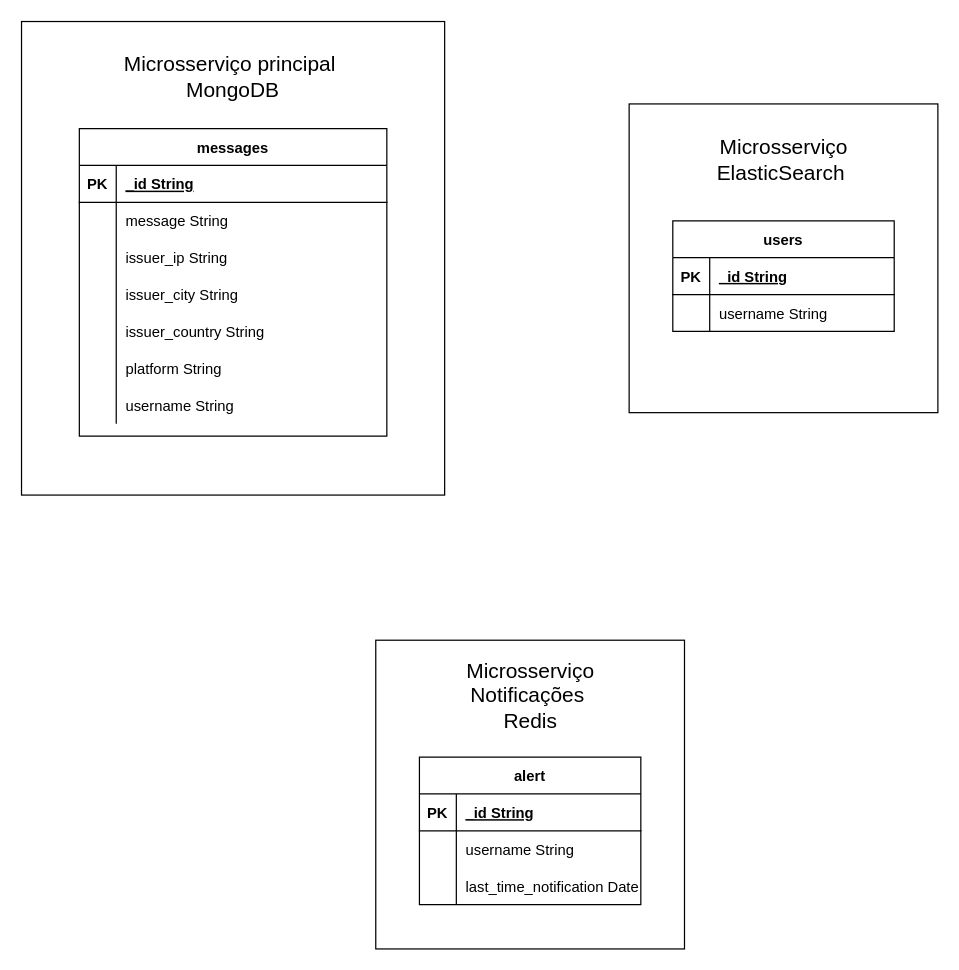
The draw.io diagram docs/TCC - Modelo Entidade Relacionamento.drawio in dougpessoa/tcc, before the edit. Source tidied: cells renumbered, new cells numbered last; positions are measured from the earlier drawing's top-left corner, leaving out a move shared by most shapes. Both pictures are drawn from the tidied source at 123%, with x=0, y=0 at pixel (21, 21).
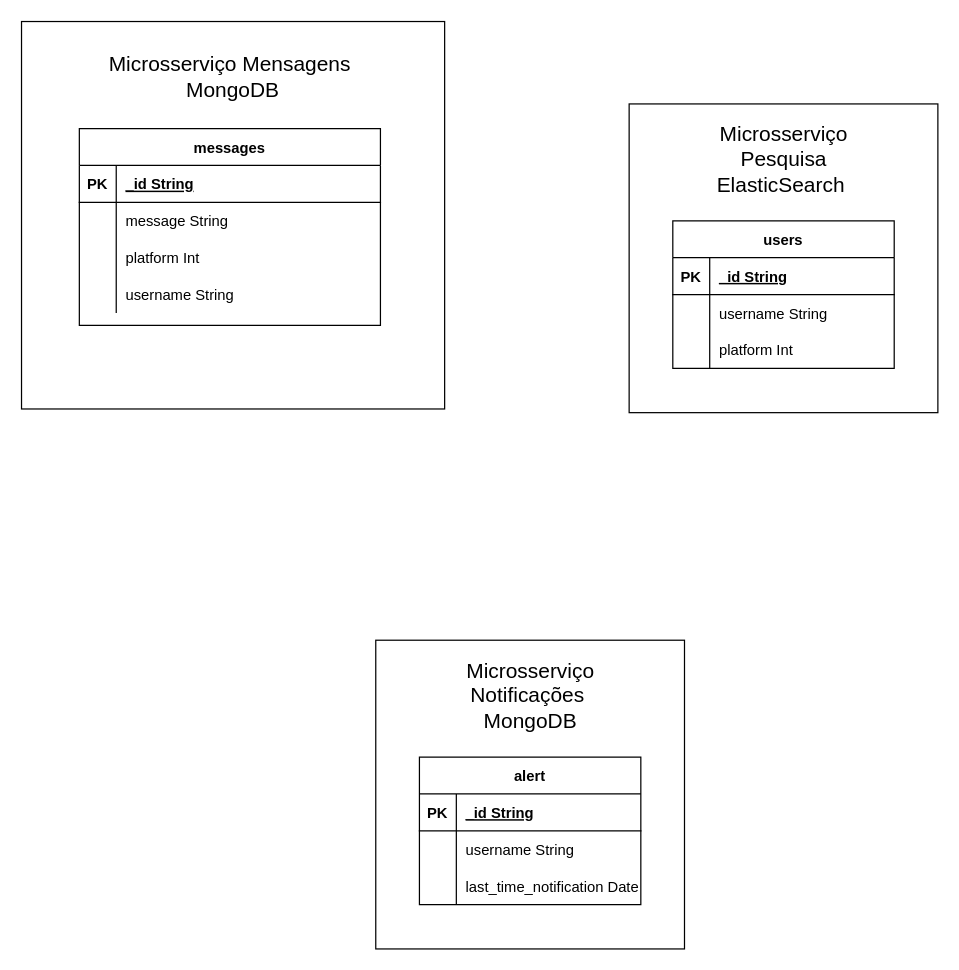
Above is the later version.

What changed in the source:
```diff
@@
     <mxCell id="3" style="rounded=0;whiteSpace=wrap;html=1;" parent="1" vertex="1">
-      <mxGeometry width="344" height="385" as="geometry" />
+      <mxGeometry width="344" height="315" as="geometry" />
     </mxCell>
     <mxCell id="4" value="messages" style="shape=table;startSize=30;childLayout=tableLayout;rowLines=0;fontStyle=1;align=center;" parent="1" vertex="1">
-      <mxGeometry x="47" y="87" width="250" height="250" as="geometry" />
+      <mxGeometry x="47" y="87" width="244.8" height="160" as="geometry" />
     </mxCell>
     <mxCell id="5" style="shape=partialRectangle;fillColor=none;top=0;left=0;right=0;bottom=1;" parent="4" vertex="1">
-      <mxGeometry y="30" width="250" height="30" as="geometry" />
+      <mxGeometry y="30" width="244.8" height="30" as="geometry" />
     </mxCell>
@@
     <mxCell id="7" value="_id String" style="shape=partialRectangle;overflow=hidden;fillColor=none;top=0;left=0;bottom=0;right=0;align=left;spacingLeft=6;fontStyle=5;" parent="5" vertex="1">
-      <mxGeometry x="30" width="220" height="30" as="geometry" />
+      <mxGeometry x="30" width="214.8" height="30" as="geometry" />
     </mxCell>
     <mxCell id="8" style="shape=partialRectangle;fillColor=none;top=0;left=0;right=0;bottom=0;" parent="4" vertex="1">
-      <mxGeometry y="60" width="250" height="30" as="geometry" />
+      <mxGeometry y="60" width="244.8" height="30" as="geometry" />
     </mxCell>
@@
     <mxCell id="10" value="message String" style="shape=partialRectangle;overflow=hidden;fillColor=none;top=0;left=0;bottom=0;right=0;align=left;spacingLeft=6;" parent="8" vertex="1">
-      <mxGeometry x="30" width="220" height="30" as="geometry" />
+      <mxGeometry x="30" width="214.8" height="30" as="geometry" />
     </mxCell>
-    <mxCell id="11" style="shape=partialRectangle;fillColor=none;top=0;left=0;bottom=0;right=0;" parent="4" vertex="1">
-      <mxGeometry y="90" width="250" height="30" as="geometry" />
-    </mxCell>
-    <mxCell id="12" style="shape=partialRectangle;fillColor=none;top=0;left=0;bottom=0;right=0;fontStyle=0;overflow=hidden;" parent="11" vertex="1">
-      <mxGeometry width="30" height="30" as="geometry" />
-    </mxCell>
-    <mxCell id="13" value="issuer_ip String" style="shape=partialRectangle;fillColor=none;top=0;left=0;bottom=0;right=0;align=left;spacingLeft=6;fontStyle=0;overflow=hidden;" parent="11" vertex="1">
-      <mxGeometry x="30" width="220" height="30" as="geometry" />
-    </mxCell>
-    <mxCell id="14" style="shape=partialRectangle;fillColor=none;top=0;left=0;bottom=0;right=0;" parent="4" vertex="1">
-      <mxGeometry y="120" width="250" height="30" as="geometry" />
-    </mxCell>
-    <mxCell id="15" style="shape=partialRectangle;fillColor=none;top=0;left=0;bottom=0;right=0;overflow=hidden;" parent="14" vertex="1">
-      <mxGeometry width="30" height="30" as="geometry" />
-    </mxCell>
-    <mxCell id="16" value="issuer_city String" style="shape=partialRectangle;fillColor=none;top=0;left=0;bottom=0;right=0;align=left;spacingLeft=6;overflow=hidden;" parent="14" vertex="1">
-      <mxGeometry x="30" width="220" height="30" as="geometry" />
-    </mxCell>
-    <mxCell id="17" style="shape=partialRectangle;fillColor=none;top=0;left=0;bottom=0;right=0;" parent="4" vertex="1">
-      <mxGeometry y="150" width="250" height="30" as="geometry" />
-    </mxCell>
-    <mxCell id="18" style="shape=partialRectangle;fillColor=none;top=0;left=0;bottom=0;right=0;overflow=hidden;" parent="17" vertex="1">
-      <mxGeometry width="30" height="30" as="geometry" />
-    </mxCell>
-    <mxCell id="19" value="issuer_country String" style="shape=partialRectangle;fillColor=none;top=0;left=0;bottom=0;right=0;align=left;spacingLeft=6;overflow=hidden;" parent="17" vertex="1">
-      <mxGeometry x="30" width="220" height="30" as="geometry" />
-    </mxCell>
     <mxCell id="20" style="shape=partialRectangle;fillColor=none;top=0;left=0;bottom=0;right=0;" parent="4" vertex="1">
-      <mxGeometry y="180" width="250" height="30" as="geometry" />
+      <mxGeometry y="90" width="244.8" height="30" as="geometry" />
     </mxCell>
@@
-    <mxCell id="22" value="platform String" style="shape=partialRectangle;fillColor=none;top=0;left=0;bottom=0;right=0;align=left;spacingLeft=6;overflow=hidden;" parent="20" vertex="1">
-      <mxGeometry x="30" width="220" height="30" as="geometry" />
+    <mxCell id="22" value="platform Int" style="shape=partialRectangle;fillColor=none;top=0;left=0;bottom=0;right=0;align=left;spacingLeft=6;overflow=hidden;" parent="20" vertex="1">
+      <mxGeometry x="30" width="214.8" height="30" as="geometry" />
     </mxCell>
     <mxCell id="23" style="shape=partialRectangle;fillColor=none;top=0;left=0;bottom=0;right=0;" parent="4" vertex="1">
-      <mxGeometry y="210" width="250" height="30" as="geometry" />
+      <mxGeometry y="120" width="244.8" height="30" as="geometry" />
     </mxCell>
@@
     <mxCell id="25" value="username String" style="shape=partialRectangle;fillColor=none;top=0;left=0;bottom=0;right=0;align=left;spacingLeft=6;overflow=hidden;" parent="23" vertex="1">
-      <mxGeometry x="30" width="220" height="30" as="geometry" />
+      <mxGeometry x="30" width="214.8" height="30" as="geometry" />
     </mxCell>
     <mxCell id="26" value="users" style="shape=table;startSize=30;childLayout=tableLayout;rowLines=0;fontStyle=1;align=center;" parent="1" vertex="1">
-      <mxGeometry x="529.5" y="162" width="180" height="90" as="geometry" />
+      <mxGeometry x="529.5" y="162" width="180" height="120" as="geometry" />
     </mxCell>
@@
+    <mxCell id="47" style="shape=partialRectangle;fillColor=none;top=0;left=0;bottom=0;right=0;" parent="26" vertex="1">
+      <mxGeometry y="90" width="180" height="30" as="geometry" />
+    </mxCell>
+    <mxCell id="48" style="shape=partialRectangle;fillColor=none;top=0;left=0;bottom=0;right=0;overflow=hidden;" parent="47" vertex="1">
+      <mxGeometry width="30" height="30" as="geometry" />
+    </mxCell>
+    <mxCell id="49" value="platform Int" style="shape=partialRectangle;fillColor=none;top=0;left=0;bottom=0;right=0;align=left;spacingLeft=6;overflow=hidden;" parent="47" vertex="1">
+      <mxGeometry x="30" width="150" height="30" as="geometry" />
+    </mxCell>
-    <mxCell id="33" value="Microsserviço principal&amp;nbsp;&lt;br&gt;MongoDB" style="text;html=1;strokeColor=none;fillColor=none;align=center;verticalAlign=middle;whiteSpace=wrap;rounded=0;fontSize=17;" parent="1" vertex="1">
+    <mxCell id="33" value="Microsserviço Mensagens&amp;nbsp;&lt;br&gt;MongoDB" style="text;html=1;strokeColor=none;fillColor=none;align=center;verticalAlign=middle;whiteSpace=wrap;rounded=0;fontSize=17;" parent="1" vertex="1">
       <mxGeometry x="69" y="36" width="206" height="20" as="geometry" />
     </mxCell>
-    <mxCell id="34" value="Microsserviço&lt;br&gt;ElasticSearch&amp;nbsp;" style="text;html=1;strokeColor=none;fillColor=none;align=center;verticalAlign=middle;whiteSpace=wrap;rounded=0;fontSize=17;" parent="1" vertex="1">
+    <mxCell id="34" value="Microsserviço&lt;br&gt;Pesquisa&lt;br&gt;ElasticSearch&amp;nbsp;" style="text;html=1;strokeColor=none;fillColor=none;align=center;verticalAlign=middle;whiteSpace=wrap;rounded=0;fontSize=17;" parent="1" vertex="1">
       <mxGeometry x="516.5" y="103" width="206" height="20" as="geometry" />
     </mxCell>
@@
-    <mxCell id="46" value="Microsserviço&lt;br&gt;Notificações&amp;nbsp;&lt;br&gt;Redis" style="text;html=1;strokeColor=none;fillColor=none;align=center;verticalAlign=middle;whiteSpace=wrap;rounded=0;fontSize=17;" parent="1" vertex="1">
+    <mxCell id="46" value="Microsserviço&lt;br&gt;Notificações&amp;nbsp;&lt;br&gt;MongoDB" style="text;html=1;strokeColor=none;fillColor=none;align=center;verticalAlign=middle;whiteSpace=wrap;rounded=0;fontSize=17;" parent="1" vertex="1">
       <mxGeometry x="310.5" y="539" width="206" height="20" as="geometry" />
     </mxCell>
+    <mxCell id="50" style="edgeStyle=orthogonalEdgeStyle;rounded=0;orthogonalLoop=1;jettySize=auto;html=1;exitX=0.5;exitY=1;exitDx=0;exitDy=0;" parent="1" edge="1" source="3" target="3">
+      <mxGeometry relative="1" as="geometry" />
+    </mxCell>
```
